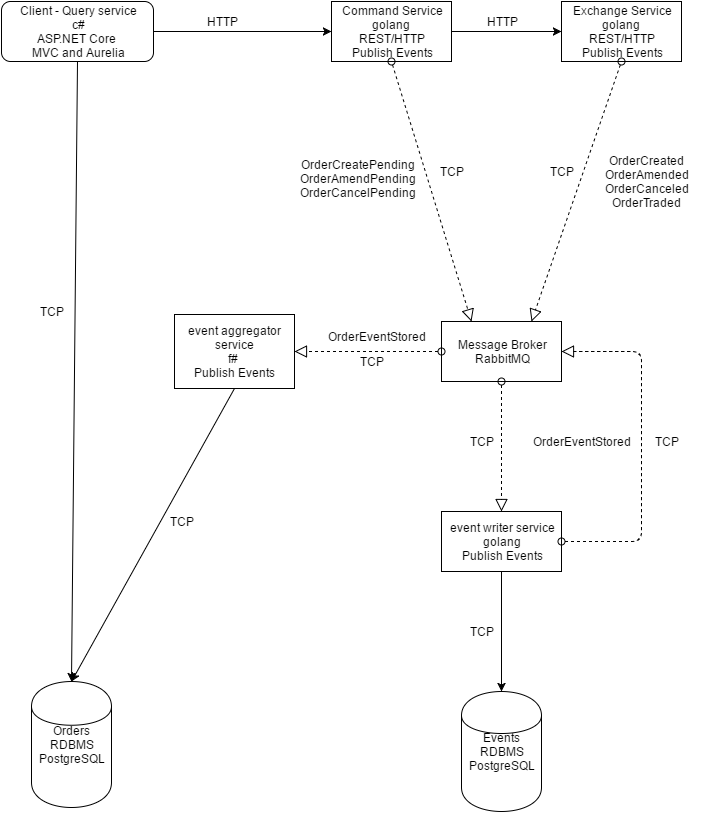
Before: docs/arch/tradsim systems.png, a diagram exported from draw.io (tradsim/tradsim-arch). Source tidied: cells renumbered, new cells last; positions are measured from the earlier drawing's top-left corner, leaving out a move shared by most shapes.
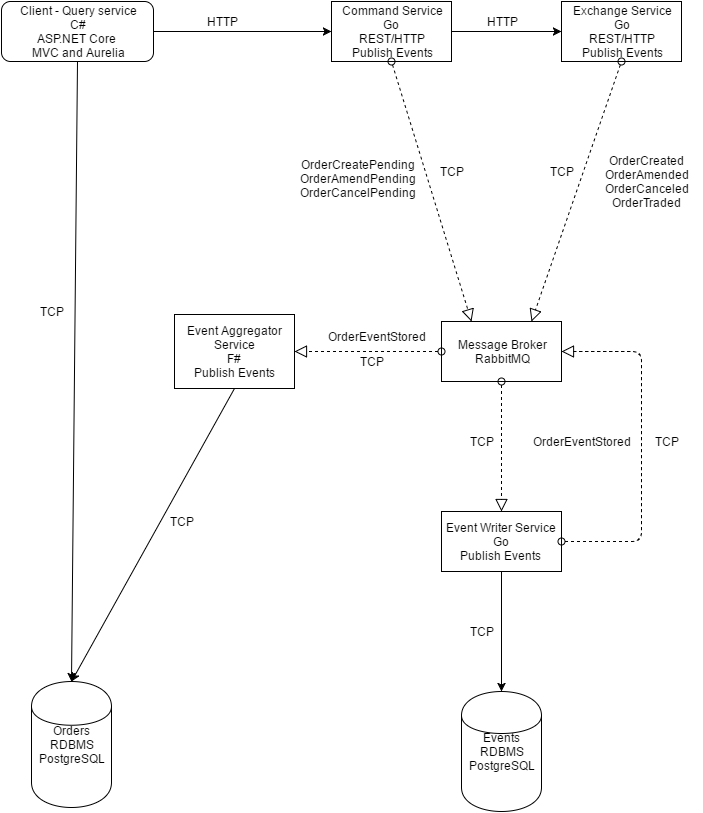
Later version of the same file.

Commit message:
fixed labels in diagram

Change to the diagram source:
```diff
@@ -8,19 +8,19 @@
     <mxCell id="3" value="Orders&lt;div&gt;RDBMS&lt;/div&gt;&lt;div&gt;PostgreSQL&lt;/div&gt;" style="shape=cylinder;whiteSpace=wrap;html=1;" parent="1" vertex="1">
       <mxGeometry x="30" y="680" width="80" height="126" as="geometry" />
     </mxCell>
-    <mxCell id="4" value="Exchange Service&lt;div&gt;golang&amp;nbsp;&lt;/div&gt;&lt;div&gt;REST/HTTP&lt;/div&gt;&lt;div&gt;&lt;span&gt;Publish Events&lt;/span&gt;&lt;br&gt;&lt;/div&gt;" style="whiteSpace=wrap;html=1;" parent="1" vertex="1">
+    <mxCell id="4" value="Exchange Service&lt;div&gt;Go&lt;/div&gt;&lt;div&gt;REST/HTTP&lt;/div&gt;&lt;div&gt;&lt;span&gt;Publish Events&lt;/span&gt;&lt;br&gt;&lt;/div&gt;" style="whiteSpace=wrap;html=1;" parent="1" vertex="1">
       <mxGeometry x="560" width="120" height="60" as="geometry" />
     </mxCell>
-    <mxCell id="5" value="Command Service&lt;div&gt;golang&amp;nbsp;&lt;/div&gt;&lt;div&gt;REST/HTTP&lt;/div&gt;&lt;div&gt;Publish Events&lt;/div&gt;" style="whiteSpace=wrap;html=1;" parent="1" vertex="1">
+    <mxCell id="5" value="Command Service&lt;div&gt;Go&amp;nbsp;&lt;/div&gt;&lt;div&gt;REST/HTTP&lt;/div&gt;&lt;div&gt;Publish Events&lt;/div&gt;" style="whiteSpace=wrap;html=1;" parent="1" vertex="1">
       <mxGeometry x="330" width="120" height="60" as="geometry" />
     </mxCell>
-    <mxCell id="6" value="event aggregator service&lt;div&gt;f#&amp;nbsp;&lt;/div&gt;&lt;div&gt;&lt;span&gt;Publish Events&lt;/span&gt;&lt;br&gt;&lt;/div&gt;" style="whiteSpace=wrap;html=1;" parent="1" vertex="1">
+    <mxCell id="6" value="Event Aggregator Service&lt;div&gt;F#&lt;/div&gt;&lt;div&gt;&lt;span&gt;Publish Events&lt;/span&gt;&lt;br&gt;&lt;/div&gt;" style="whiteSpace=wrap;html=1;" parent="1" vertex="1">
       <mxGeometry x="173" y="313" width="120" height="74" as="geometry" />
     </mxCell>
     <mxCell id="7" style="edgeStyle=none;rounded=0;html=1;exitX=0.5;exitY=1;entryX=0.5;entryY=0;jettySize=auto;" parent="1" edge="1" source="8" target="3">
       <mxGeometry relative="1" as="geometry" />
     </mxCell>
-    <mxCell id="8" value="Client - Query service&lt;div&gt;c#&lt;/div&gt;&lt;div&gt;&lt;span&gt;ASP.NET Core&amp;nbsp;&lt;/span&gt;&lt;/div&gt;&lt;div&gt;&lt;span&gt;MVC and Aurelia&lt;/span&gt;&lt;br&gt;&lt;/div&gt;" style="rounded=1;whiteSpace=wrap;html=1;" parent="1" vertex="1">
+    <mxCell id="8" value="Client - Query service&lt;div&gt;C#&lt;/div&gt;&lt;div&gt;&lt;span&gt;ASP.NET Core&amp;nbsp;&lt;/span&gt;&lt;/div&gt;&lt;div&gt;&lt;span&gt;MVC and Aurelia&lt;/span&gt;&lt;br&gt;&lt;/div&gt;" style="rounded=1;whiteSpace=wrap;html=1;" parent="1" vertex="1">
       <mxGeometry width="152" height="60" as="geometry" />
     </mxCell>
     <mxCell id="9" style="endArrow=classic;html=1;exitX=1;exitY=0.5;entryX=0;entryY=0.5;" parent="1" edge="1" source="8" target="5">
@@ -47,7 +47,7 @@
     <mxCell id="16" style="startArrow=oval;startFill=0;startSize=7;endArrow=block;endFill=0;endSize=10;dashed=1;html=1;exitX=0.5;exitY=1;entryX=0.25;entryY=0;" parent="1" edge="1" source="5" target="12">
       <mxGeometry x="580" y="200" as="geometry" />
     </mxCell>
-    <mxCell id="17" value="event writer&amp;nbsp;&lt;span style=&quot;line-height: 1.2&quot;&gt;service&lt;/span&gt;&lt;div&gt;golang&lt;/div&gt;&lt;div&gt;&lt;span&gt;Publish Events&lt;/span&gt;&lt;br&gt;&lt;/div&gt;" style="whiteSpace=wrap;html=1;" parent="1" vertex="1">
+    <mxCell id="17" value="Event Writer S&lt;span style=&quot;line-height: 1.2&quot;&gt;ervice&lt;/span&gt;&lt;div&gt;Go&lt;/div&gt;&lt;div&gt;&lt;span&gt;Publish Events&lt;/span&gt;&lt;br&gt;&lt;/div&gt;" style="whiteSpace=wrap;html=1;" parent="1" vertex="1">
       <mxGeometry x="440" y="510" width="120" height="60" as="geometry" />
     </mxCell>
     <mxCell id="18" style="endArrow=classic;html=1;entryX=0.5;entryY=0;exitX=0.5;exitY=1;" parent="1" edge="1" source="17" target="2">
```
